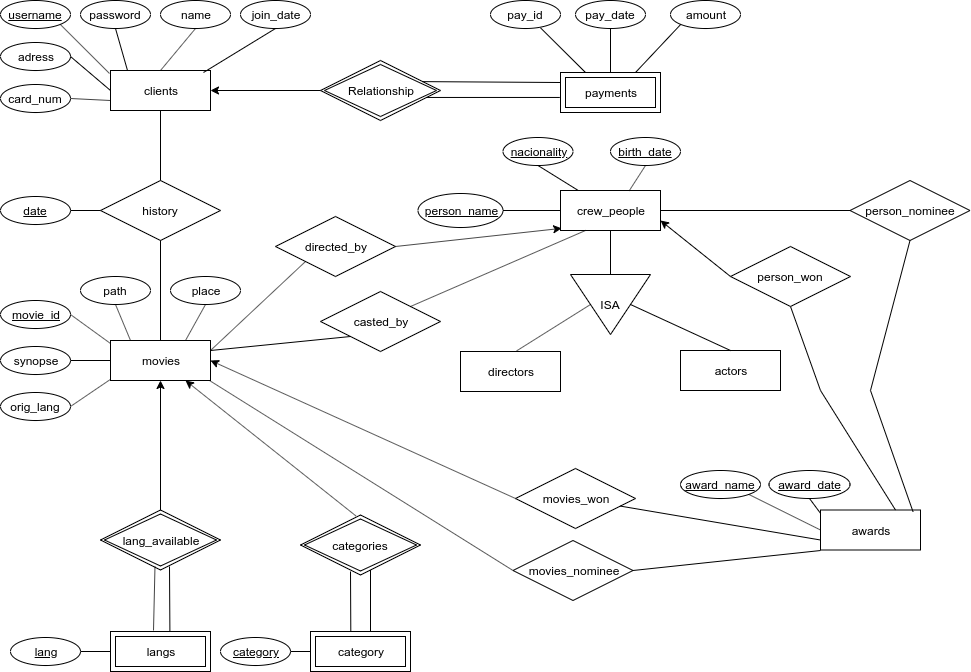
The draw.io diagram BD-2 .png in MiguelNdeCarvalho/BD-Work-2, before a commit. Source tidied: cells renumbered, new cells last; positions are measured from the earlier drawing's top-left corner, leaving out a move shared by most shapes.
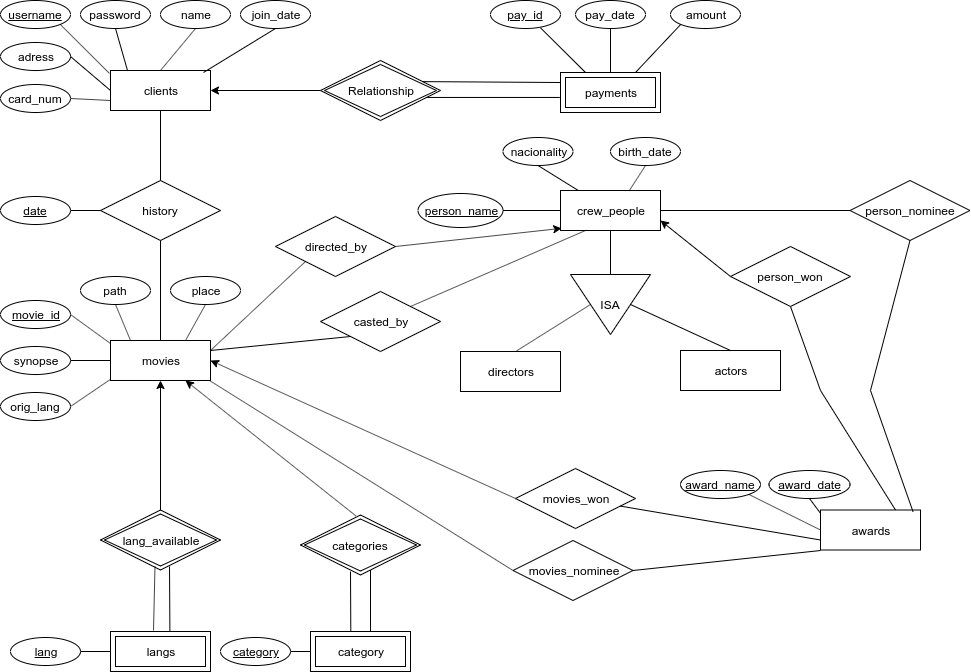
After the commit.

Commit message:
er model: finnally all fixed png

Diff of the diagram source:
```diff
@@ -106,7 +106,7 @@
     <mxCell id="35" style="endArrow=none;html=1;rounded=0;exitX=0.879;exitY=0.616;exitDx=0;exitDy=0;exitPerimeter=0;entryX=-0.007;entryY=0.624;entryDx=0;entryDy=0;entryPerimeter=0;" parent="1" edge="1" source="31" target="33">
       <mxGeometry relative="1" as="geometry" />
     </mxCell>
-    <mxCell id="36" value="pay_id" style="ellipse;whiteSpace=wrap;html=1;align=center;" parent="1" vertex="1">
+    <mxCell id="36" value="pay_id" style="ellipse;whiteSpace=wrap;html=1;align=center;fontStyle=4;" parent="1" vertex="1">
       <mxGeometry x="490" width="70" height="28" as="geometry" />
     </mxCell>
     <mxCell id="37" value="pay_date" style="ellipse;whiteSpace=wrap;html=1;align=center;" parent="1" vertex="1">
@@ -187,10 +187,10 @@
     <mxCell id="58" style="endArrow=none;html=1;rounded=0;exitX=1;exitY=0.5;exitDx=0;exitDy=0;entryX=0;entryY=0.5;entryDx=0;entryDy=0;" parent="1" edge="1" source="57" target="56">
       <mxGeometry relative="1" as="geometry" />
     </mxCell>
-    <mxCell id="59" value="nacionality" style="ellipse;whiteSpace=wrap;html=1;align=center;fontStyle=4;" parent="1" vertex="1">
+    <mxCell id="59" value="nacionality" style="ellipse;whiteSpace=wrap;html=1;align=center;fontStyle=0;" parent="1" vertex="1">
       <mxGeometry x="502.5" y="137" width="70" height="28" as="geometry" />
     </mxCell>
-    <mxCell id="60" value="birth_date" style="ellipse;whiteSpace=wrap;html=1;align=center;fontStyle=4;" parent="1" vertex="1">
+    <mxCell id="60" value="birth_date" style="ellipse;whiteSpace=wrap;html=1;align=center;fontStyle=0;" parent="1" vertex="1">
       <mxGeometry x="610" y="137" width="70" height="28" as="geometry" />
     </mxCell>
     <mxCell id="61" style="endArrow=none;html=1;rounded=0;exitX=0.5;exitY=1;exitDx=0;exitDy=0;" parent="1" edge="1" source="59" target="56">
```
